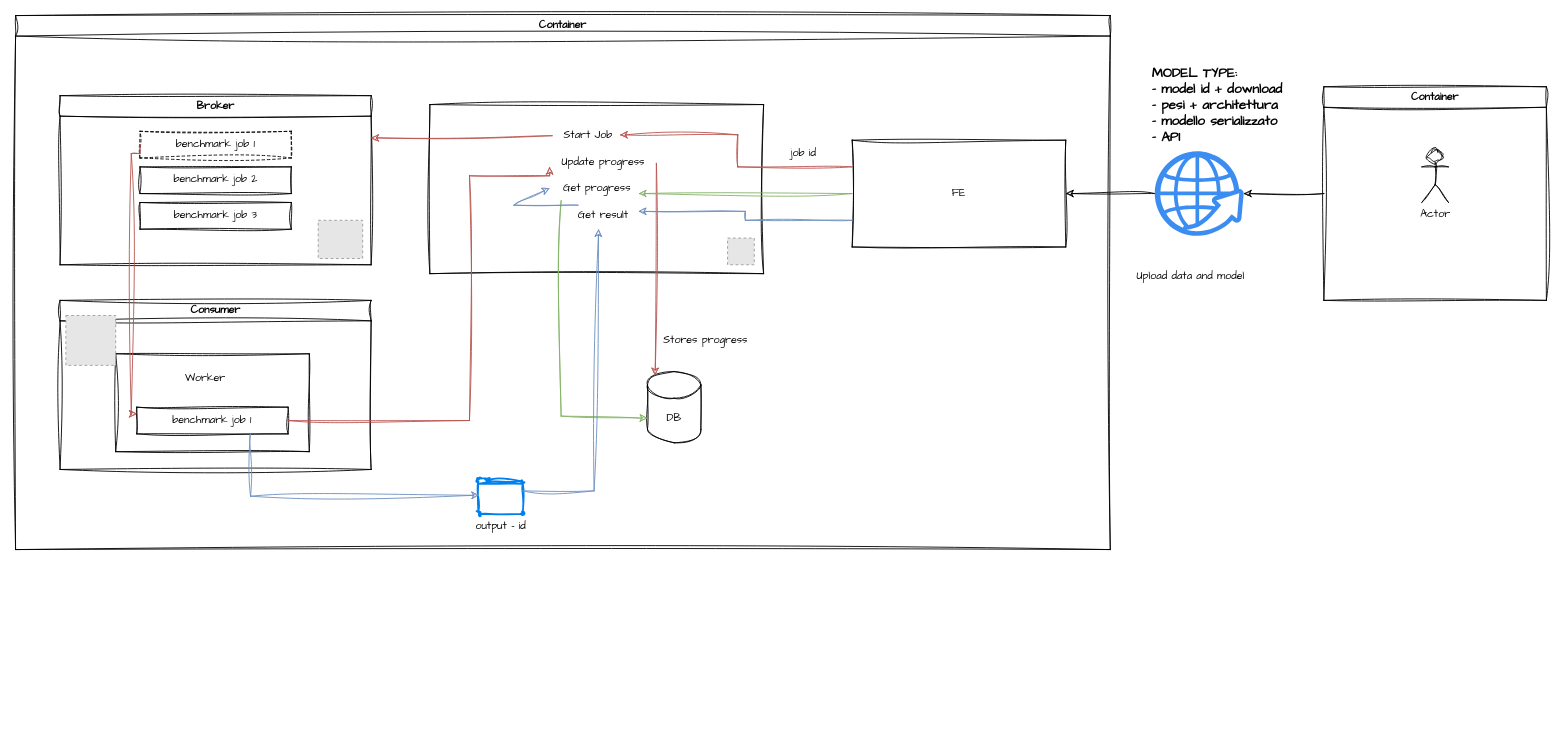
The draw.io diagram attack-server/docs/titann_backend_integration.drawio in Kellog99/nn_trust_apps, before the edit. Source tidied: cells renumbered, new cells numbered last; positions are measured from the earlier drawing's top-left corner, leaving out a move shared by most shapes. Both pictures are drawn from the tidied source at 89%, with x=0, y=0 at pixel (15, 15). Pictures stored in the file or linked from it are replaced by grey dashed boxes.
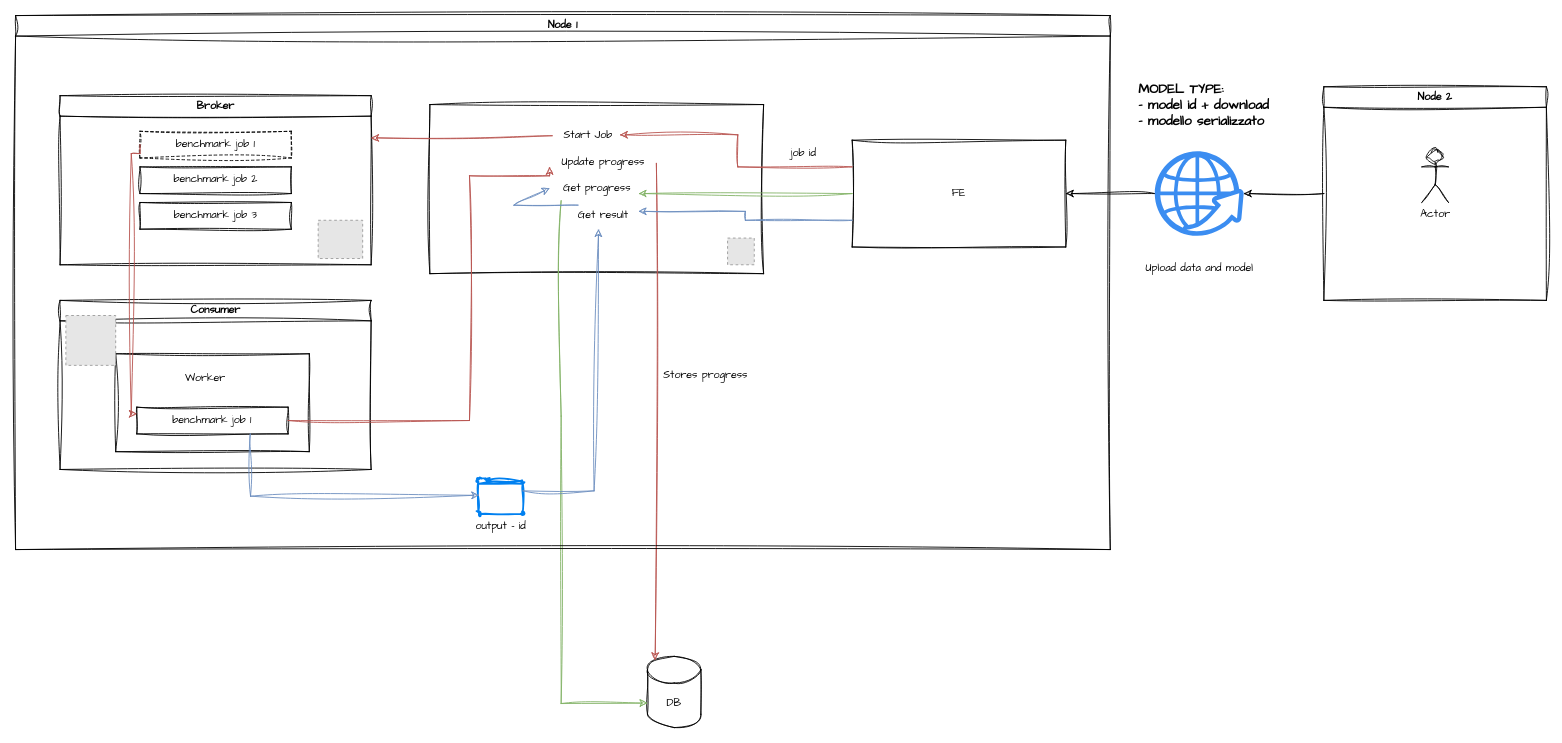
Above is the later version.

The change refers to these unchanged cells:
```xml
<mxCell id="4" value="Get progress" style="text;html=1;align=center;verticalAlign=middle;points=[];strokeColor=none;fillColor=none;fontFamily=Architects Daughter;" parent="1" vertex="1">
  <mxGeometry x="603" y="180" width="100" height="30" as="geometry" />
</mxCell>
```

Diff of the diagram source:
```diff
@@
     <mxCell id="7" value="DB" style="shape=cylinder3;whiteSpace=wrap;html=1;boundedLbl=1;backgroundOutline=1;size=15;sketch=1;hachureGap=4;jiggle=2;curveFitting=1;fontFamily=Architects Daughter;" parent="1" vertex="1">
-      <mxGeometry x="710" y="400" width="60" height="80" as="geometry" />
+      <mxGeometry x="710" y="720" width="60" height="80" as="geometry" />
     </mxCell>
@@
-    <mxCell id="24" value="Stores progress" style="text;html=1;align=center;verticalAlign=middle;strokeColor=none;fillColor=none;fontFamily=Architects Daughter;" parent="1" vertex="1">
-      <mxGeometry x="715" y="350" width="120" height="30" as="geometry" />
-    </mxCell>
@@
     <mxCell id="26" style="endArrow=classic;html=1;rounded=0;sketch=1;hachureGap=4;jiggle=2;curveFitting=1;fontFamily=Architects Daughter;exitX=0.1;exitY=0.933;exitDx=0;exitDy=0;exitPerimeter=0;entryX=0;entryY=0;entryDx=0;entryDy=52.5;entryPerimeter=0;fillColor=#d5e8d4;strokeColor=#82b366;" parent="1" edge="1" source="4" target="7">
       <mxGeometry relative="1" as="geometry">
         <Array as="points">
           <mxPoint x="613" y="450" />
+          <mxPoint x="613" y="773" />
         </Array>
       </mxGeometry>
     </mxCell>
-    <mxCell id="27" value="Container" style="swimlane;whiteSpace=wrap;html=1;sketch=1;hachureGap=4;jiggle=2;curveFitting=1;fontFamily=Architects Daughter;" parent="1" vertex="1">
+    <mxCell id="27" value="Node 1" style="swimlane;whiteSpace=wrap;html=1;sketch=1;hachureGap=4;jiggle=2;curveFitting=1;fontFamily=Architects Daughter;" parent="1" vertex="1">
       <mxGeometry width="1230" height="600" as="geometry" />
     </mxCell>
@@
+    <mxCell id="24" value="Stores progress" style="text;html=1;align=center;verticalAlign=middle;strokeColor=none;fillColor=none;fontFamily=Architects Daughter;" parent="27" vertex="1">
+      <mxGeometry x="715" y="390" width="120" height="30" as="geometry" />
+    </mxCell>
@@
-    <mxCell id="33" value="Container" style="swimlane;whiteSpace=wrap;html=1;sketch=1;hachureGap=4;jiggle=2;curveFitting=1;fontFamily=Architects Daughter;" parent="1" vertex="1">
+    <mxCell id="33" value="Node 2" style="swimlane;whiteSpace=wrap;html=1;sketch=1;hachureGap=4;jiggle=2;curveFitting=1;fontFamily=Architects Daughter;" parent="1" vertex="1">
       <mxGeometry x="1470" y="80" width="250" height="240" as="geometry" />
     </mxCell>
@@
     <mxCell id="40" value="Upload data and model" style="text;html=1;align=center;verticalAlign=middle;strokeColor=none;fillColor=none;fontFamily=Architects Daughter;" parent="1" vertex="1">
-      <mxGeometry x="1250" y="278" width="140" height="30" as="geometry" />
+      <mxGeometry x="1260" y="270" width="140" height="30" as="geometry" />
     </mxCell>
-    <mxCell id="41" value="&lt;b&gt;&lt;font style=&quot;font-size: 15px;&quot;&gt;MODEL TYPE:&lt;/font&gt;&lt;/b&gt;&lt;div&gt;&lt;b&gt;&lt;font style=&quot;font-size: 15px;&quot;&gt;- model id + download&lt;/font&gt;&lt;/b&gt;&lt;/div&gt;&lt;div&gt;&lt;b&gt;&lt;font style=&quot;font-size: 15px;&quot;&gt;- pesi + architettura&lt;/font&gt;&lt;/b&gt;&lt;/div&gt;&lt;div&gt;&lt;b&gt;&lt;font style=&quot;font-size: 15px;&quot;&gt;- modello serializzato&lt;/font&gt;&lt;/b&gt;&lt;/div&gt;&lt;div&gt;&lt;b&gt;&lt;font style=&quot;font-size: 15px;&quot;&gt;- API&lt;/font&gt;&lt;/b&gt;&lt;/div&gt;" style="text;html=1;align=left;verticalAlign=middle;strokeColor=none;fillColor=none;fontFamily=Architects Daughter;" parent="1" vertex="1">
-      <mxGeometry x="1275" y="50" width="170" height="100" as="geometry" />
+    <mxCell id="41" value="&lt;b&gt;&lt;font style=&quot;font-size: 15px;&quot;&gt;MODEL TYPE:&lt;/font&gt;&lt;/b&gt;&lt;div&gt;&lt;b&gt;&lt;font style=&quot;font-size: 15px;&quot;&gt;- model id + download&lt;/font&gt;&lt;/b&gt;&lt;/div&gt;&lt;div&gt;&lt;b&gt;&lt;font style=&quot;font-size: 15px;&quot;&gt;- modello serializzato&lt;/font&gt;&lt;/b&gt;&lt;/div&gt;" style="text;html=1;align=left;verticalAlign=middle;strokeColor=none;fillColor=none;fontFamily=Architects Daughter;" parent="1" vertex="1">
+      <mxGeometry x="1260" y="65" width="170" height="70" as="geometry" />
     </mxCell>
```
